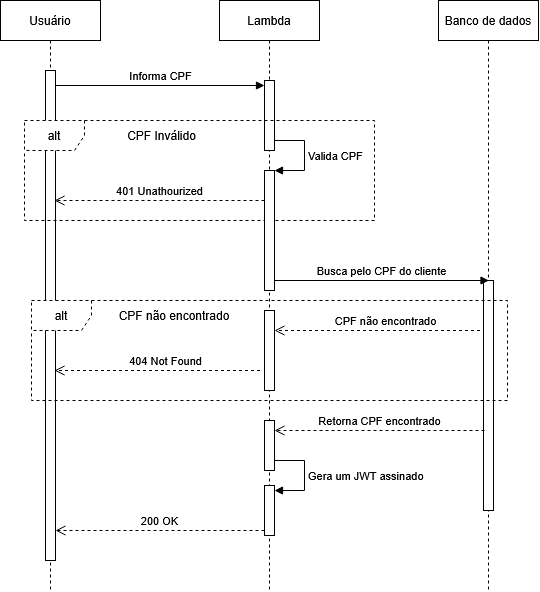
Above: docs/assets/Sequencia_LAMBDA.drawio.png in mecanica-dm/mecanicadm-lambda-v3 (draw.io), before the change. Source tidied: cells renumbered, new cells last; positions are measured from the earlier drawing's top-left corner, leaving out a move shared by most shapes. Source of this version:
```xml
<mxGraphModel background="light-dark(#ffffff, #121212)">
  <root>
    <mxCell id="0" />
    <mxCell id="1" parent="0" />
    <mxCell id="2" value="&lt;div&gt;Usuário&lt;/div&gt;" style="shape=umlLifeline;perimeter=lifelinePerimeter;whiteSpace=wrap;html=1;newEdgeStyle={&quot;curved&quot;:0,&quot;rounded&quot;:0};" parent="1" vertex="1">
      <mxGeometry width="100" height="590" as="geometry" />
    </mxCell>
    <mxCell id="3" style="html=1;points=[[0,0,0,0,5],[0,1,0,0,-5],[1,0,0,0,5],[1,1,0,0,-5]];perimeter=orthogonalPerimeter;outlineConnect=0;targetShapes=umlLifeline;portConstraint=eastwest;newEdgeStyle={&quot;curved&quot;:0,&quot;rounded&quot;:0};" parent="2" vertex="1">
      <mxGeometry x="45" y="70" width="10" height="490" as="geometry" />
    </mxCell>
    <mxCell id="4" value="Lambda" style="shape=umlLifeline;perimeter=lifelinePerimeter;whiteSpace=wrap;html=1;newEdgeStyle={&quot;curved&quot;:0,&quot;rounded&quot;:0};" parent="1" vertex="1">
      <mxGeometry x="219" width="100" height="590" as="geometry" />
    </mxCell>
    <mxCell id="5" style="html=1;points=[[0,0,0,0,5],[0,1,0,0,-5],[1,0,0,0,5],[1,1,0,0,-5]];perimeter=orthogonalPerimeter;outlineConnect=0;targetShapes=umlLifeline;portConstraint=eastwest;newEdgeStyle={&quot;curved&quot;:0,&quot;rounded&quot;:0};" parent="4" vertex="1">
      <mxGeometry x="45" y="80" width="10" height="70" as="geometry" />
    </mxCell>
    <mxCell id="6" value="Valida CPF" style="html=1;align=left;spacingLeft=2;endArrow=block;rounded=0;edgeStyle=orthogonalEdgeStyle;curved=0;rounded=0;" parent="4" edge="1">
      <mxGeometry relative="1" as="geometry">
        <mxPoint x="55" y="140" as="sourcePoint" />
        <mxPoint x="55" y="170" as="targetPoint" />
        <Array as="points">
          <mxPoint x="85" y="140" />
          <mxPoint x="85" y="170" />
        </Array>
      </mxGeometry>
    </mxCell>
    <mxCell id="7" style="html=1;points=[[0,0,0,0,5],[0,1,0,0,-5],[1,0,0,0,5],[1,1,0,0,-5]];perimeter=orthogonalPerimeter;outlineConnect=0;targetShapes=umlLifeline;portConstraint=eastwest;newEdgeStyle={&quot;curved&quot;:0,&quot;rounded&quot;:0};" parent="4" vertex="1">
      <mxGeometry x="45" y="420" width="10" height="50" as="geometry" />
    </mxCell>
    <mxCell id="8" style="html=1;perimeter=orthogonalPerimeter;targetShapes=umlLifeline;newEdgeStyle={&quot;curved&quot;:0,&quot;rounded&quot;:0};" parent="4" vertex="1">
      <mxGeometry x="45" y="485" width="10" height="50" as="geometry" />
    </mxCell>
    <mxCell id="9" value="Banco de dados" style="shape=umlLifeline;perimeter=lifelinePerimeter;whiteSpace=wrap;html=1;newEdgeStyle={&quot;curved&quot;:0,&quot;rounded&quot;:0};" parent="1" vertex="1">
      <mxGeometry x="438" width="100" height="590" as="geometry" />
    </mxCell>
    <mxCell id="10" style="html=1;perimeter=orthogonalPerimeter;targetShapes=umlLifeline;newEdgeStyle={&quot;curved&quot;:0,&quot;rounded&quot;:0};" parent="9" vertex="1">
      <mxGeometry x="45" y="280" width="10" height="230" as="geometry" />
    </mxCell>
    <mxCell id="11" value="Informa CPF" style="html=1;verticalAlign=bottom;endArrow=block;curved=0;rounded=0;entryX=0;entryY=0;entryDx=0;entryDy=5;" parent="1" edge="1" source="3" target="5">
      <mxGeometry relative="1" as="geometry" />
    </mxCell>
    <mxCell id="12" value="Busca pelo CPF do cliente" style="html=1;verticalAlign=bottom;endArrow=block;curved=0;rounded=0;" parent="1" edge="1">
      <mxGeometry relative="1" as="geometry">
        <mxPoint x="274" y="280" as="sourcePoint" />
        <mxPoint x="488.5" y="280" as="targetPoint" />
      </mxGeometry>
    </mxCell>
    <mxCell id="13" value="alt" style="shape=umlFrame;whiteSpace=wrap;html=1;dashed=1;" parent="1" vertex="1">
      <mxGeometry x="24" y="120" width="350" height="100" as="geometry" />
    </mxCell>
    <mxCell id="14" value="401 Unathourized" style="html=1;verticalAlign=bottom;endArrow=open;dashed=1;endSize=8;curved=0;rounded=0;" parent="1" edge="1">
      <mxGeometry relative="1" as="geometry">
        <mxPoint x="264" y="200" as="sourcePoint" />
        <mxPoint x="54" y="200" as="targetPoint" />
      </mxGeometry>
    </mxCell>
    <mxCell id="15" value="CPF Inválido" style="text;html=1;whiteSpace=wrap;strokeColor=none;fillColor=none;align=center;verticalAlign=middle;rounded=0;" parent="1" vertex="1">
      <mxGeometry x="124" y="120" width="75" height="30" as="geometry" />
    </mxCell>
    <mxCell id="16" style="html=1;perimeter=orthogonalPerimeter;targetShapes=umlLifeline;newEdgeStyle={&quot;curved&quot;:0,&quot;rounded&quot;:0};" parent="1" vertex="1">
      <mxGeometry x="264" y="170" width="10" height="120" as="geometry" />
    </mxCell>
    <mxCell id="17" value="alt" style="shape=umlFrame;whiteSpace=wrap;html=1;dashed=1;" parent="1" vertex="1">
      <mxGeometry x="31" y="300" width="476" height="100" as="geometry" />
    </mxCell>
    <mxCell id="18" style="html=1;points=[[0,0,0,0,5],[0,1,0,0,-5],[1,0,0,0,5],[1,1,0,0,-5]];perimeter=orthogonalPerimeter;outlineConnect=0;targetShapes=umlLifeline;portConstraint=eastwest;newEdgeStyle={&quot;curved&quot;:0,&quot;rounded&quot;:0};" parent="1" vertex="1">
      <mxGeometry x="264" y="310" width="10" height="80" as="geometry" />
    </mxCell>
    <mxCell id="19" value="CPF não encontrado" style="html=1;verticalAlign=bottom;endArrow=open;dashed=1;endSize=8;curved=0;rounded=0;" parent="1" edge="1" target="18">
      <mxGeometry x="-0.07" relative="1" as="geometry">
        <mxPoint x="479.5" y="330" as="sourcePoint" />
      </mxGeometry>
    </mxCell>
    <mxCell id="20" value="404 Not Found" style="html=1;verticalAlign=bottom;endArrow=open;dashed=1;endSize=8;curved=0;rounded=0;" parent="1" edge="1">
      <mxGeometry x="-0.07" relative="1" as="geometry">
        <mxPoint x="259.5" y="370" as="sourcePoint" />
        <mxPoint x="54" y="370" as="targetPoint" />
      </mxGeometry>
    </mxCell>
    <mxCell id="21" value="CPF não encontrado" style="text;html=1;whiteSpace=wrap;strokeColor=none;fillColor=none;align=center;verticalAlign=middle;rounded=0;" parent="1" vertex="1">
      <mxGeometry x="114" y="300" width="120" height="30" as="geometry" />
    </mxCell>
    <mxCell id="22" value="Retorna CPF encontrado" style="html=1;verticalAlign=bottom;endArrow=open;dashed=1;endSize=8;curved=0;rounded=0;" parent="1" edge="1" target="7">
      <mxGeometry relative="1" as="geometry">
        <mxPoint x="484" y="430" as="sourcePoint" />
      </mxGeometry>
    </mxCell>
    <mxCell id="23" value="Gera um JWT assinado&amp;nbsp;" style="html=1;align=left;spacingLeft=2;endArrow=block;rounded=0;edgeStyle=orthogonalEdgeStyle;curved=0;rounded=0;" parent="1" edge="1">
      <mxGeometry relative="1" as="geometry">
        <mxPoint x="274" y="460" as="sourcePoint" />
        <mxPoint x="274" y="490" as="targetPoint" />
        <Array as="points">
          <mxPoint x="304" y="460" />
          <mxPoint x="304" y="490" />
        </Array>
      </mxGeometry>
    </mxCell>
    <mxCell id="24" value="200 OK" style="html=1;verticalAlign=bottom;endArrow=open;dashed=1;endSize=8;curved=0;rounded=0;" parent="1" edge="1" target="3">
      <mxGeometry relative="1" as="geometry">
        <mxPoint x="264" y="530" as="sourcePoint" />
      </mxGeometry>
    </mxCell>
  </root>
</mxGraphModel>
```
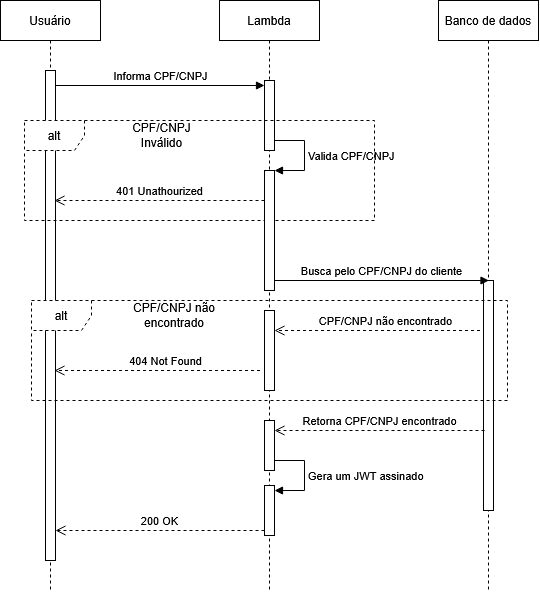
Later version of the same file.

Commit message:
feat(readme): Atualizacao diagrama sequencia Lambda

Diff of the diagram source:
```diff
@@ -1,4 +1,4 @@
-<mxGraphModel background="light-dark(#ffffff, #121212)">
+<mxGraphModel background="light-dark(#FFFFFF,#121212)">
   <root>
     <mxCell id="0" />
     <mxCell id="1" parent="0" />
@@ -14,7 +14,7 @@
     <mxCell id="5" style="html=1;points=[[0,0,0,0,5],[0,1,0,0,-5],[1,0,0,0,5],[1,1,0,0,-5]];perimeter=orthogonalPerimeter;outlineConnect=0;targetShapes=umlLifeline;portConstraint=eastwest;newEdgeStyle={&quot;curved&quot;:0,&quot;rounded&quot;:0};" parent="4" vertex="1">
       <mxGeometry x="45" y="80" width="10" height="70" as="geometry" />
     </mxCell>
-    <mxCell id="6" value="Valida CPF" style="html=1;align=left;spacingLeft=2;endArrow=block;rounded=0;edgeStyle=orthogonalEdgeStyle;curved=0;rounded=0;" parent="4" edge="1">
+    <mxCell id="6" value="Valida CPF/CNPJ" style="html=1;align=left;spacingLeft=2;endArrow=block;rounded=0;edgeStyle=orthogonalEdgeStyle;curved=0;rounded=0;" parent="4" edge="1">
       <mxGeometry relative="1" as="geometry">
         <mxPoint x="55" y="140" as="sourcePoint" />
         <mxPoint x="55" y="170" as="targetPoint" />
@@ -36,10 +36,10 @@
     <mxCell id="10" style="html=1;perimeter=orthogonalPerimeter;targetShapes=umlLifeline;newEdgeStyle={&quot;curved&quot;:0,&quot;rounded&quot;:0};" parent="9" vertex="1">
       <mxGeometry x="45" y="280" width="10" height="230" as="geometry" />
     </mxCell>
-    <mxCell id="11" value="Informa CPF" style="html=1;verticalAlign=bottom;endArrow=block;curved=0;rounded=0;entryX=0;entryY=0;entryDx=0;entryDy=5;" parent="1" edge="1" source="3" target="5">
+    <mxCell id="11" value="Informa CPF/CNPJ" style="html=1;verticalAlign=bottom;endArrow=block;curved=0;rounded=0;entryX=0;entryY=0;entryDx=0;entryDy=5;" parent="1" edge="1" source="3" target="5">
       <mxGeometry relative="1" as="geometry" />
     </mxCell>
-    <mxCell id="12" value="Busca pelo CPF do cliente" style="html=1;verticalAlign=bottom;endArrow=block;curved=0;rounded=0;" parent="1" edge="1">
+    <mxCell id="12" value="Busca pelo CPF/CNPJ do cliente" style="html=1;verticalAlign=bottom;endArrow=block;curved=0;rounded=0;" parent="1" edge="1">
       <mxGeometry relative="1" as="geometry">
         <mxPoint x="274" y="280" as="sourcePoint" />
         <mxPoint x="488.5" y="280" as="targetPoint" />
@@ -54,7 +54,7 @@
         <mxPoint x="54" y="200" as="targetPoint" />
       </mxGeometry>
     </mxCell>
-    <mxCell id="15" value="CPF Inválido" style="text;html=1;whiteSpace=wrap;strokeColor=none;fillColor=none;align=center;verticalAlign=middle;rounded=0;" parent="1" vertex="1">
+    <mxCell id="15" value="CPF/CNPJ Inválido" style="text;html=1;whiteSpace=wrap;strokeColor=none;fillColor=none;align=center;verticalAlign=middle;rounded=0;" parent="1" vertex="1">
       <mxGeometry x="124" y="120" width="75" height="30" as="geometry" />
     </mxCell>
     <mxCell id="16" style="html=1;perimeter=orthogonalPerimeter;targetShapes=umlLifeline;newEdgeStyle={&quot;curved&quot;:0,&quot;rounded&quot;:0};" parent="1" vertex="1">
@@ -66,7 +66,7 @@
     <mxCell id="18" style="html=1;points=[[0,0,0,0,5],[0,1,0,0,-5],[1,0,0,0,5],[1,1,0,0,-5]];perimeter=orthogonalPerimeter;outlineConnect=0;targetShapes=umlLifeline;portConstraint=eastwest;newEdgeStyle={&quot;curved&quot;:0,&quot;rounded&quot;:0};" parent="1" vertex="1">
       <mxGeometry x="264" y="310" width="10" height="80" as="geometry" />
     </mxCell>
-    <mxCell id="19" value="CPF não encontrado" style="html=1;verticalAlign=bottom;endArrow=open;dashed=1;endSize=8;curved=0;rounded=0;" parent="1" edge="1" target="18">
+    <mxCell id="19" value="CPF/CNPJ não encontrado" style="html=1;verticalAlign=bottom;endArrow=open;dashed=1;endSize=8;curved=0;rounded=0;" parent="1" edge="1" target="18">
       <mxGeometry x="-0.07" relative="1" as="geometry">
         <mxPoint x="479.5" y="330" as="sourcePoint" />
       </mxGeometry>
@@ -77,10 +77,10 @@
         <mxPoint x="54" y="370" as="targetPoint" />
       </mxGeometry>
     </mxCell>
-    <mxCell id="21" value="CPF não encontrado" style="text;html=1;whiteSpace=wrap;strokeColor=none;fillColor=none;align=center;verticalAlign=middle;rounded=0;" parent="1" vertex="1">
+    <mxCell id="21" value="CPF/CNPJ não encontrado" style="text;html=1;whiteSpace=wrap;strokeColor=none;fillColor=none;align=center;verticalAlign=middle;rounded=0;" parent="1" vertex="1">
       <mxGeometry x="114" y="300" width="120" height="30" as="geometry" />
     </mxCell>
-    <mxCell id="22" value="Retorna CPF encontrado" style="html=1;verticalAlign=bottom;endArrow=open;dashed=1;endSize=8;curved=0;rounded=0;" parent="1" edge="1" target="7">
+    <mxCell id="22" value="Retorna&amp;nbsp;CPF/CNPJ encontrado" style="html=1;verticalAlign=bottom;endArrow=open;dashed=1;endSize=8;curved=0;rounded=0;" parent="1" edge="1" target="7">
       <mxGeometry relative="1" as="geometry">
         <mxPoint x="484" y="430" as="sourcePoint" />
       </mxGeometry>
```
